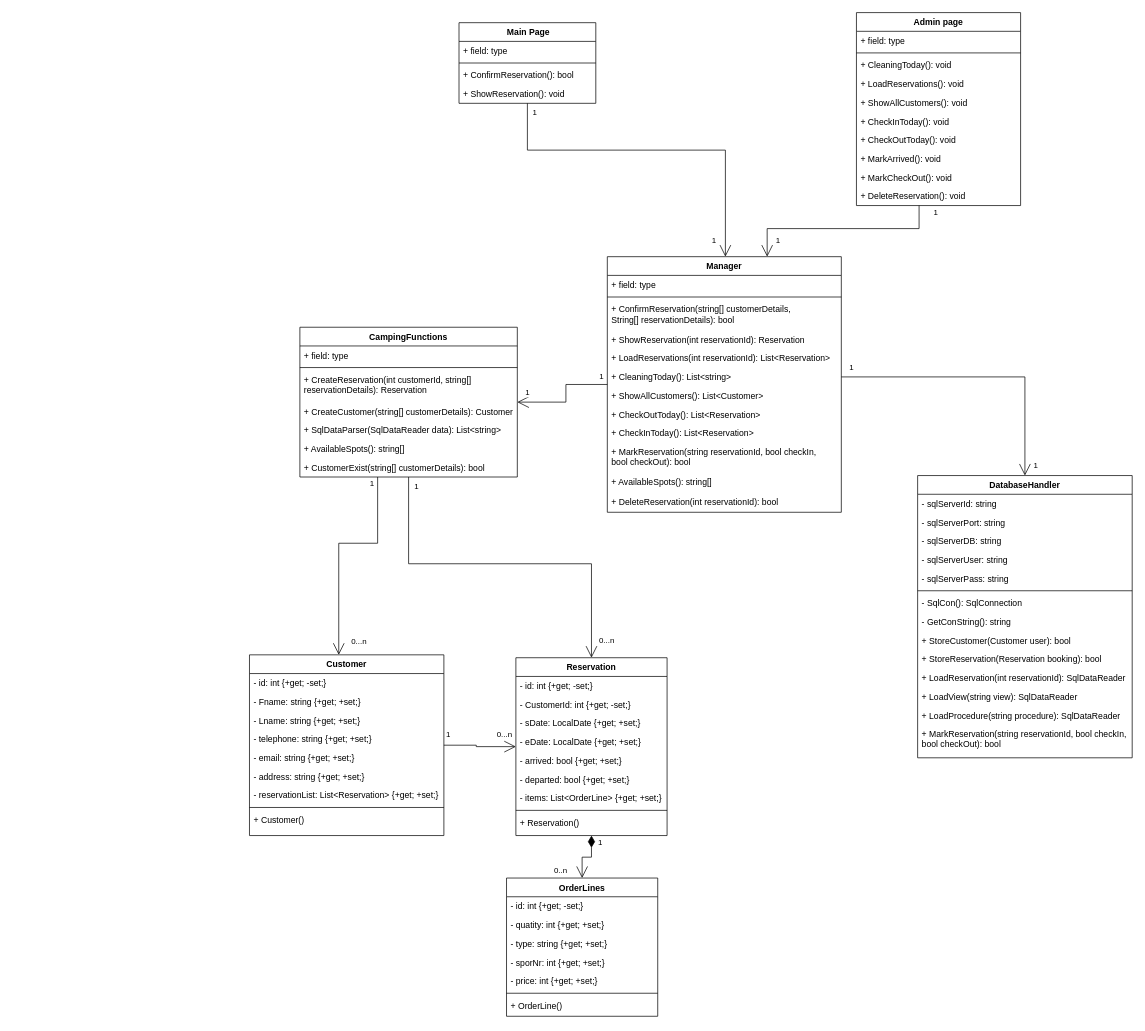
emils0/Campingpladsen-improved keeps this draw.io diagram as Documentation/Klasse diagram.drawio. Above is the earlier version. Source tidied: cells renumbered, new cells numbered last; positions are measured from the earlier drawing's top-left corner, leaving out a move shared by most shapes. Both pictures are drawn from the tidied source at 72%, with x=0, y=0 at pixel (249, 12).
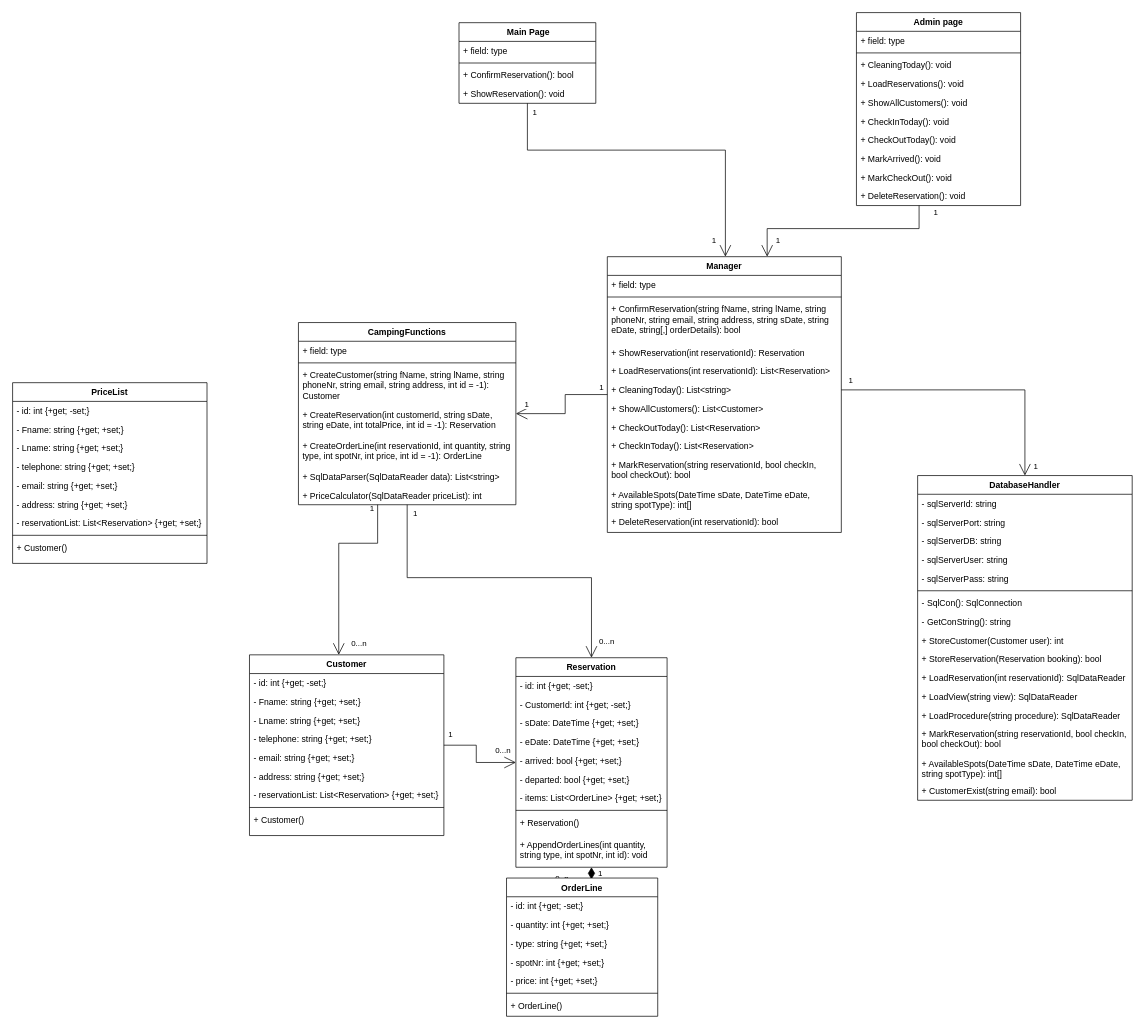
The same page after the edit.

The edit, as a diff of the source:
```diff
@@
     <mxCell id="8" value="Manager" style="swimlane;fontStyle=1;align=center;verticalAlign=top;horizontal=1;startSize=26;" parent="1" vertex="1">
-      <mxGeometry x="497" y="339" width="325" height="355" as="geometry" />
+      <mxGeometry x="497" y="339" width="325" height="383" as="geometry" />
     </mxCell>
@@
-    <mxCell id="11" value="+ ConfirmReservation(string[] customerDetails, &#10;String[] reservationDetails): bool" style="text;strokeColor=none;fillColor=none;align=left;verticalAlign=top;spacingLeft=4;spacingRight=4;overflow=hidden;" parent="8" vertex="1">
-      <mxGeometry y="60" width="325" height="42" as="geometry" />
+    <mxCell id="11" value="+ ConfirmReservation(string fName, string lName, string &#10;phoneNr, string email, string address, string sDate, string &#10;eDate, string[,] orderDetails): bool" style="text;strokeColor=none;fillColor=none;align=left;verticalAlign=top;spacingLeft=4;spacingRight=4;overflow=hidden;" parent="8" vertex="1">
+      <mxGeometry y="60" width="325" height="60" as="geometry" />
     </mxCell>
     <mxCell id="12" value="+ ShowReservation(int reservationId): Reservation" style="text;strokeColor=none;fillColor=none;align=left;verticalAlign=top;spacingLeft=4;spacingRight=4;overflow=hidden;" parent="8" vertex="1">
-      <mxGeometry y="102" width="325" height="26" as="geometry" />
+      <mxGeometry y="120" width="325" height="26" as="geometry" />
     </mxCell>
     <mxCell id="13" value="+ LoadReservations(int reservationId): List&lt;Reservation&gt;" style="text;strokeColor=none;fillColor=none;align=left;verticalAlign=top;spacingLeft=4;spacingRight=4;overflow=hidden;" parent="8" vertex="1">
-      <mxGeometry y="128" width="325" height="26" as="geometry" />
+      <mxGeometry y="146" width="325" height="26" as="geometry" />
     </mxCell>
     <mxCell id="14" value="+ CleaningToday(): List&lt;string&gt;" style="text;strokeColor=none;fillColor=none;align=left;verticalAlign=top;spacingLeft=4;spacingRight=4;overflow=hidden;points=[[0,0.5],[1,0.5]];portConstraint=eastwest;" parent="8" vertex="1">
-      <mxGeometry y="154" width="325" height="26" as="geometry" />
+      <mxGeometry y="172" width="325" height="26" as="geometry" />
     </mxCell>
     <mxCell id="15" value="+ ShowAllCustomers(): List&lt;Customer&gt;" style="text;strokeColor=none;fillColor=none;align=left;verticalAlign=top;spacingLeft=4;spacingRight=4;overflow=hidden;" parent="8" vertex="1">
-      <mxGeometry y="180" width="325" height="26" as="geometry" />
+      <mxGeometry y="198" width="325" height="26" as="geometry" />
     </mxCell>
     <mxCell id="16" value="+ CheckOutToday(): List&lt;Reservation&gt;" style="text;strokeColor=none;fillColor=none;align=left;verticalAlign=top;spacingLeft=4;spacingRight=4;overflow=hidden;" parent="8" vertex="1">
-      <mxGeometry y="206" width="325" height="26" as="geometry" />
+      <mxGeometry y="224" width="325" height="26" as="geometry" />
     </mxCell>
     <mxCell id="17" value="+ CheckInToday(): List&lt;Reservation&gt;" style="text;strokeColor=none;fillColor=none;align=left;verticalAlign=top;spacingLeft=4;spacingRight=4;overflow=hidden;" parent="8" vertex="1">
-      <mxGeometry y="232" width="325" height="26" as="geometry" />
+      <mxGeometry y="250" width="325" height="26" as="geometry" />
     </mxCell>
     <mxCell id="18" value="+ MarkReservation(string reservationId, bool checkIn, &#10;bool checkOut): bool" style="text;strokeColor=none;fillColor=none;align=left;verticalAlign=top;spacingLeft=4;spacingRight=4;overflow=hidden;" parent="8" vertex="1">
-      <mxGeometry y="258" width="325" height="41" as="geometry" />
+      <mxGeometry y="276" width="325" height="41" as="geometry" />
     </mxCell>
-    <mxCell id="19" value="+ AvailableSpots(): string[]" style="text;strokeColor=none;fillColor=none;align=left;verticalAlign=top;spacingLeft=4;spacingRight=4;overflow=hidden;" parent="8" vertex="1">
-      <mxGeometry y="299" width="325" height="28" as="geometry" />
+    <mxCell id="19" value="+ AvailableSpots(DateTime sDate, DateTime eDate, &#10;string spotType): int[]" style="text;strokeColor=none;fillColor=none;align=left;verticalAlign=top;spacingLeft=4;spacingRight=4;overflow=hidden;" parent="8" vertex="1">
+      <mxGeometry y="317" width="325" height="38" as="geometry" />
     </mxCell>
     <mxCell id="20" value="+ DeleteReservation(int reservationId): bool" style="text;strokeColor=none;fillColor=none;align=left;verticalAlign=top;spacingLeft=4;spacingRight=4;overflow=hidden;" parent="8" vertex="1">
-      <mxGeometry y="327" width="325" height="28" as="geometry" />
+      <mxGeometry y="355" width="325" height="28" as="geometry" />
     </mxCell>
     <mxCell id="21" value="DatabaseHandler" style="swimlane;fontStyle=1;align=center;verticalAlign=top;horizontal=1;startSize=26;" parent="1" vertex="1">
-      <mxGeometry x="928" y="643" width="298" height="392" as="geometry" />
+      <mxGeometry x="928" y="643" width="298" height="451" as="geometry" />
     </mxCell>
@@
-    <mxCell id="30" value="+ StoreCustomer(Customer user): bool" style="text;strokeColor=none;fillColor=none;align=left;verticalAlign=top;spacingLeft=4;spacingRight=4;overflow=hidden;" parent="21" vertex="1">
+    <mxCell id="30" value="+ StoreCustomer(Customer user): int" style="text;strokeColor=none;fillColor=none;align=left;verticalAlign=top;spacingLeft=4;spacingRight=4;overflow=hidden;" parent="21" vertex="1">
       <mxGeometry y="216" width="298" height="26" as="geometry" />
     </mxCell>
@@
     <mxCell id="35" value="+ MarkReservation(string reservationId, bool checkIn, &#10;bool checkOut): bool" style="text;strokeColor=none;fillColor=none;align=left;verticalAlign=top;spacingLeft=4;spacingRight=4;overflow=hidden;" parent="21" vertex="1">
-      <mxGeometry y="346" width="298" height="46" as="geometry" />
+      <mxGeometry y="346" width="298" height="41" as="geometry" />
     </mxCell>
+    <mxCell id="106" value="+ AvailableSpots(DateTime sDate, DateTime eDate, &#10;string spotType): int[]" style="text;strokeColor=none;fillColor=none;align=left;verticalAlign=top;spacingLeft=4;spacingRight=4;overflow=hidden;" parent="21" vertex="1">
+      <mxGeometry y="387" width="298" height="38" as="geometry" />
+    </mxCell>
+    <mxCell id="49" value="+ CustomerExist(string email): bool" style="text;strokeColor=none;fillColor=none;align=left;verticalAlign=top;spacingLeft=4;spacingRight=4;overflow=hidden;" parent="21" vertex="1">
+      <mxGeometry y="425" width="298" height="26" as="geometry" />
+    </mxCell>
@@
     <mxCell id="42" value="CampingFunctions" style="swimlane;fontStyle=1;align=center;verticalAlign=top;horizontal=1;startSize=26;" parent="1" vertex="1">
-      <mxGeometry x="70" y="437" width="302" height="208" as="geometry" />
+      <mxGeometry x="68" y="430.5" width="302" height="253" as="geometry" />
     </mxCell>
@@
+    <mxCell id="46" value="+ CreateCustomer(string fName, string lName, string &#10;phoneNr, string email, string address, int id = -1): &#10;Customer" style="text;strokeColor=none;fillColor=none;align=left;verticalAlign=top;spacingLeft=4;spacingRight=4;overflow=hidden;" parent="42" vertex="1">
+      <mxGeometry y="60" width="302" height="55" as="geometry" />
+    </mxCell>
+    <mxCell id="107" value="+ CreateReservation(int customerId, string sDate, &#10;string eDate, int totalPrice, int id = -1): Reservation" style="text;strokeColor=none;fillColor=none;align=left;verticalAlign=top;spacingLeft=4;spacingRight=4;overflow=hidden;" parent="42" vertex="1">
+      <mxGeometry y="115" width="302" height="43" as="geometry" />
+    </mxCell>
-    <mxCell id="45" value="+ CreateReservation(int customerId, string[] &#10;reservationDetails): Reservation" style="text;strokeColor=none;fillColor=none;align=left;verticalAlign=top;spacingLeft=4;spacingRight=4;overflow=hidden;" parent="42" vertex="1">
-      <mxGeometry y="60" width="302" height="44" as="geometry" />
+    <mxCell id="45" value="+ CreateOrderLine(int reservationId, int quantity, string &#10;type, int spotNr, int price, int id = -1): OrderLine" style="text;strokeColor=none;fillColor=none;align=left;verticalAlign=top;spacingLeft=4;spacingRight=4;overflow=hidden;" parent="42" vertex="1">
+      <mxGeometry y="158" width="302" height="43" as="geometry" />
     </mxCell>
-    <mxCell id="46" value="+ CreateCustomer(string[] customerDetails): Customer" style="text;strokeColor=none;fillColor=none;align=left;verticalAlign=top;spacingLeft=4;spacingRight=4;overflow=hidden;" parent="42" vertex="1">
-      <mxGeometry y="104" width="302" height="26" as="geometry" />
-    </mxCell>
+    <mxCell id="108" value="+ SqlDataParser(SqlDataReader data): List&lt;string&gt;" style="text;strokeColor=none;fillColor=none;align=left;verticalAlign=top;spacingLeft=4;spacingRight=4;overflow=hidden;" parent="42" vertex="1">
+      <mxGeometry y="201" width="302" height="26" as="geometry" />
+    </mxCell>
-    <mxCell id="47" value="+ SqlDataParser(SqlDataReader data): List&lt;string&gt;" style="text;strokeColor=none;fillColor=none;align=left;verticalAlign=top;spacingLeft=4;spacingRight=4;overflow=hidden;" parent="42" vertex="1">
-      <mxGeometry y="130" width="302" height="26" as="geometry" />
+    <mxCell id="47" value="+ PriceCalculator(SqlDataReader priceList): int " style="text;strokeColor=none;fillColor=none;align=left;verticalAlign=top;spacingLeft=4;spacingRight=4;overflow=hidden;" parent="42" vertex="1">
+      <mxGeometry y="227" width="302" height="26" as="geometry" />
     </mxCell>
-    <mxCell id="48" value="+ AvailableSpots(): string[]" style="text;strokeColor=none;fillColor=none;align=left;verticalAlign=top;spacingLeft=4;spacingRight=4;overflow=hidden;" parent="42" vertex="1">
-      <mxGeometry y="156" width="302" height="26" as="geometry" />
-    </mxCell>
-    <mxCell id="49" value="+ CustomerExist(string[] customerDetails): bool" style="text;strokeColor=none;fillColor=none;align=left;verticalAlign=top;spacingLeft=4;spacingRight=4;overflow=hidden;" parent="42" vertex="1">
-      <mxGeometry y="182" width="302" height="26" as="geometry" />
-    </mxCell>
@@
     <mxCell id="72" value="Reservation" style="swimlane;fontStyle=1;align=center;verticalAlign=top;horizontal=1;startSize=26;" parent="1" vertex="1">
-      <mxGeometry x="370" y="896" width="210" height="247" as="geometry" />
+      <mxGeometry x="370" y="896" width="210" height="291" as="geometry" />
     </mxCell>
@@
-    <mxCell id="75" value="- sDate: LocalDate {+get; +set;}" style="text;strokeColor=none;fillColor=none;align=left;verticalAlign=top;spacingLeft=4;spacingRight=4;overflow=hidden;" parent="72" vertex="1">
+    <mxCell id="75" value="- sDate: DateTime {+get; +set;}" style="text;strokeColor=none;fillColor=none;align=left;verticalAlign=top;spacingLeft=4;spacingRight=4;overflow=hidden;" parent="72" vertex="1">
       <mxGeometry y="78" width="210" height="26" as="geometry" />
     </mxCell>
-    <mxCell id="76" value="- eDate: LocalDate {+get; +set;}" style="text;strokeColor=none;fillColor=none;align=left;verticalAlign=top;spacingLeft=4;spacingRight=4;overflow=hidden;" parent="72" vertex="1">
+    <mxCell id="76" value="- eDate: DateTime {+get; +set;}" style="text;strokeColor=none;fillColor=none;align=left;verticalAlign=top;spacingLeft=4;spacingRight=4;overflow=hidden;" parent="72" vertex="1">
       <mxGeometry y="104" width="210" height="26" as="geometry" />
     </mxCell>
@@
+    <mxCell id="109" value="+ AppendOrderLines(int quantity, &#10;string type, int spotNr, int id): void" style="text;strokeColor=none;fillColor=none;align=left;verticalAlign=top;spacingLeft=4;spacingRight=4;overflow=hidden;" parent="72" vertex="1">
+      <mxGeometry y="247" width="210" height="44" as="geometry" />
+    </mxCell>
@@
-    <mxCell id="95" value="OrderLines" style="swimlane;fontStyle=1;align=center;verticalAlign=top;horizontal=1;startSize=26;" parent="1" vertex="1">
+    <mxCell id="95" value="OrderLine" style="swimlane;fontStyle=1;align=center;verticalAlign=top;horizontal=1;startSize=26;" parent="1" vertex="1">
       <mxGeometry x="357" y="1202" width="210" height="192" as="geometry" />
     </mxCell>
@@
-    <mxCell id="97" value="- quatity: int {+get; +set;}" style="text;strokeColor=none;fillColor=none;align=left;verticalAlign=top;spacingLeft=4;spacingRight=4;overflow=hidden;" parent="95" vertex="1">
+    <mxCell id="97" value="- quantity: int {+get; +set;}" style="text;strokeColor=none;fillColor=none;align=left;verticalAlign=top;spacingLeft=4;spacingRight=4;overflow=hidden;" parent="95" vertex="1">
       <mxGeometry y="52" width="210" height="26" as="geometry" />
     </mxCell>
@@
-    <mxCell id="99" value="- sporNr: int {+get; +set;}" style="text;strokeColor=none;fillColor=none;align=left;verticalAlign=top;spacingLeft=4;spacingRight=4;overflow=hidden;" parent="95" vertex="1">
+    <mxCell id="99" value="- spotNr: int {+get; +set;}" style="text;strokeColor=none;fillColor=none;align=left;verticalAlign=top;spacingLeft=4;spacingRight=4;overflow=hidden;" parent="95" vertex="1">
       <mxGeometry y="104" width="210" height="26" as="geometry" />
     </mxCell>
@@
+    <mxCell id="110" value="PriceList" style="swimlane;fontStyle=1;align=center;verticalAlign=top;horizontal=1;startSize=26;" parent="1" vertex="1">
+      <mxGeometry x="-329" y="514" width="270" height="251" as="geometry" />
+    </mxCell>
+    <mxCell id="111" value="- id: int {+get; -set;}" style="text;strokeColor=none;fillColor=none;align=left;verticalAlign=top;spacingLeft=4;spacingRight=4;overflow=hidden;" parent="110" vertex="1">
+      <mxGeometry y="26" width="270" height="26" as="geometry" />
+    </mxCell>
+    <mxCell id="112" value="- Fname: string {+get; +set;}" style="text;strokeColor=none;fillColor=none;align=left;verticalAlign=top;spacingLeft=4;spacingRight=4;overflow=hidden;" parent="110" vertex="1">
+      <mxGeometry y="52" width="270" height="26" as="geometry" />
+    </mxCell>
+    <mxCell id="113" value="- Lname: string {+get; +set;}" style="text;strokeColor=none;fillColor=none;align=left;verticalAlign=top;spacingLeft=4;spacingRight=4;overflow=hidden;" parent="110" vertex="1">
+      <mxGeometry y="78" width="270" height="26" as="geometry" />
+    </mxCell>
+    <mxCell id="114" value="- telephone: string {+get; +set;}" style="text;strokeColor=none;fillColor=none;align=left;verticalAlign=top;spacingLeft=4;spacingRight=4;overflow=hidden;" parent="110" vertex="1">
+      <mxGeometry y="104" width="270" height="26" as="geometry" />
+    </mxCell>
+    <mxCell id="115" value="- email: string {+get; +set;}" style="text;strokeColor=none;fillColor=none;align=left;verticalAlign=top;spacingLeft=4;spacingRight=4;overflow=hidden;" parent="110" vertex="1">
+      <mxGeometry y="130" width="270" height="26" as="geometry" />
+    </mxCell>
+    <mxCell id="116" value="- address: string {+get; +set;}" style="text;strokeColor=none;fillColor=none;align=left;verticalAlign=top;spacingLeft=4;spacingRight=4;overflow=hidden;" parent="110" vertex="1">
+      <mxGeometry y="156" width="270" height="26" as="geometry" />
+    </mxCell>
+    <mxCell id="117" value="- reservationList: List&lt;Reservation&gt; {+get; +set;}" style="text;strokeColor=none;fillColor=none;align=left;verticalAlign=top;spacingLeft=4;spacingRight=4;overflow=hidden;" parent="110" vertex="1">
+      <mxGeometry y="182" width="270" height="26" as="geometry" />
+    </mxCell>
+    <mxCell id="118" style="line;strokeWidth=1;fillColor=none;align=left;verticalAlign=middle;spacingTop=-1;spacingLeft=3;spacingRight=3;labelPosition=right;" parent="110" vertex="1">
+      <mxGeometry y="208" width="270" height="8" as="geometry" />
+    </mxCell>
+    <mxCell id="119" value="+ Customer()" style="text;strokeColor=none;fillColor=none;align=left;verticalAlign=top;spacingLeft=4;spacingRight=4;overflow=hidden;" parent="110" vertex="1">
+      <mxGeometry y="216" width="270" height="35" as="geometry" />
+    </mxCell>
```
